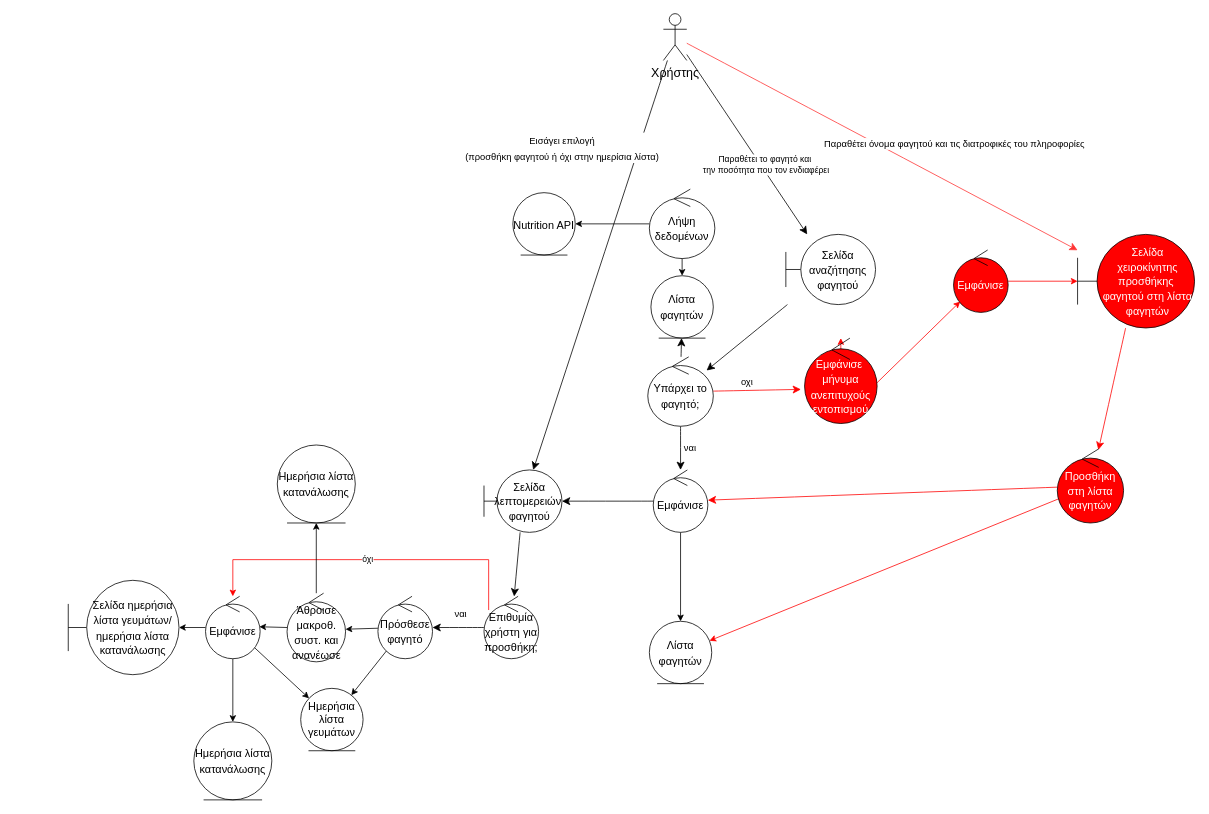
Earlier version of the draw.io diagram ΠΕΜΠΤΟ ΠΑΡΑΔΟΤΕΟ/ΔΙΟΡΘΩΣΕΙΣ ΠΡΟΗΓΟΥΜΕΝΩΝ ΠΑΡΑΔΟΤΕΩΝ/Robustness-diagrams-v0.3/rd_αναζήτηση_προσθήκη_φαγητού-v0.3.drawio (Dionkaps/Eu-Zin). Source tidied: cells renumbered, new cells numbered last; positions are measured from the earlier drawing's top-left corner, leaving out a move shared by most shapes. Both pictures are drawn from the tidied source at 78%, with x=0, y=0 at pixel (68, 13).
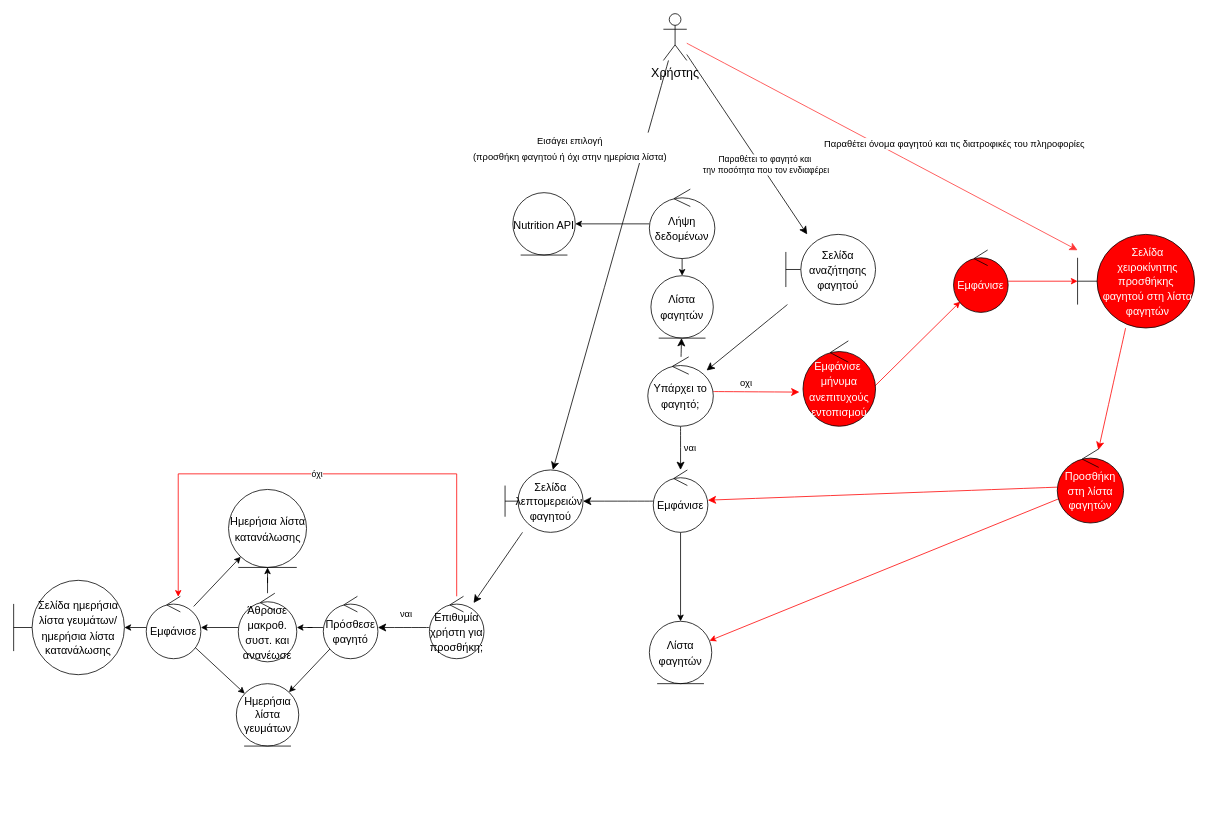
Above is the later version.

Commit message (it also covers changes not shown here):
Διόρθωση του robustness diagram για το use case αναζήτηση/προσθήκη φαγητού

Diff of the diagram source:
```diff
@@
     <mxCell id="19" value="&lt;font style=&quot;font-size: 14px;&quot;&gt;Σελίδα λεπτομερειών&amp;nbsp; φαγητού&lt;/font&gt;" style="shape=umlBoundary;whiteSpace=wrap;html=1;fontSize=16;strokeColor=#000000;fontColor=#000000;" parent="1" vertex="1">
-      <mxGeometry x="533" y="585" width="100" height="80" as="geometry" />
+      <mxGeometry x="560" y="585" width="100" height="80" as="geometry" />
     </mxCell>
@@
     <mxCell id="22" value="όχι" style="edgeStyle=orthogonalEdgeStyle;rounded=0;jettySize=auto;html=1;strokeColor=#FF0000;" parent="1" edge="1" source="23" target="37">
       <mxGeometry relative="1" as="geometry">
         <Array as="points">
-          <mxPoint x="539" y="700" />
-          <mxPoint x="211" y="700" />
+          <mxPoint x="498" y="590" />
+          <mxPoint x="141" y="590" />
         </Array>
       </mxGeometry>
     </mxCell>
     <mxCell id="23" value="&lt;span style=&quot;font-size: 14px;&quot;&gt;Επιθυμία χρήστη για προσθήκη;&lt;/span&gt;" style="ellipse;shape=umlControl;whiteSpace=wrap;html=1;fontSize=16;strokeColor=#000000;fontColor=#000000;" parent="1" vertex="1">
-      <mxGeometry x="533" y="747" width="70" height="80" as="geometry" />
+      <mxGeometry x="463" y="747" width="70" height="80" as="geometry" />
     </mxCell>
+    <mxCell id="25" style="rounded=0;jettySize=auto;html=1;" parent="1" edge="1" source="26" target="45">
+      <mxGeometry relative="1" as="geometry" />
+    </mxCell>
-    <mxCell id="24" style="edgeStyle=none;rounded=0;jettySize=auto;html=1;fontSize=14;strokeColor=#000000;entryX=1;entryY=0.525;entryDx=0;entryDy=0;entryPerimeter=0;fontColor=#000000;" parent="1" edge="1" source="26" target="44">
+    <mxCell id="24" style="edgeStyle=orthogonalEdgeStyle;rounded=0;jettySize=auto;html=1;" parent="1" edge="1" source="26" target="44">
       <mxGeometry relative="1" as="geometry" />
     </mxCell>
-    <mxCell id="25" style="rounded=0;jettySize=auto;html=1;" parent="1" edge="1" source="26" target="45">
-      <mxGeometry relative="1" as="geometry" />
-    </mxCell>
     <mxCell id="26" value="&lt;font style=&quot;font-size: 14px;&quot;&gt;Πρόσθεσε φαγητό&lt;/font&gt;" style="ellipse;shape=umlControl;whiteSpace=wrap;html=1;fontSize=16;strokeColor=#000000;fontColor=#000000;" parent="1" vertex="1">
-      <mxGeometry x="397" y="747" width="70" height="80" as="geometry" />
+      <mxGeometry x="327" y="747" width="70" height="80" as="geometry" />
     </mxCell>
     <mxCell id="27" value="&lt;font style=&quot;font-size: 14px;&quot;&gt;Σελίδα ημερήσια λίστα γευμάτων/ ημερήσια λίστα κατανάλωσης&lt;/font&gt;" style="shape=umlBoundary;whiteSpace=wrap;html=1;fontSize=16;strokeColor=#000000;fontColor=#000000;" parent="1" vertex="1">
-      <mxGeometry y="726.5" width="142" height="121" as="geometry" />
+      <mxGeometry x="-70" y="726.5" width="142" height="121" as="geometry" />
     </mxCell>
@@
-    <mxCell id="36" style="edgeStyle=orthogonalEdgeStyle;rounded=0;jettySize=auto;html=1;" parent="1" edge="1" source="37" target="46">
-      <mxGeometry relative="1" as="geometry" />
-    </mxCell>
+    <mxCell id="53" style="rounded=0;jettySize=auto;html=1;" parent="1" edge="1" source="37" target="41">
+      <mxGeometry relative="1" as="geometry" />
+    </mxCell>
     <mxCell id="37" value="&lt;font style=&quot;font-size: 14px;&quot;&gt;Εμφάνισε&lt;/font&gt;" style="ellipse;shape=umlControl;whiteSpace=wrap;html=1;strokeColor=#000000;fontColor=#000000;" parent="1" vertex="1">
-      <mxGeometry x="176" y="747" width="70" height="80" as="geometry" />
+      <mxGeometry x="100" y="747" width="70" height="80" as="geometry" />
     </mxCell>
@@
     <mxCell id="41" value="&lt;font style=&quot;font-size: 14px;&quot;&gt;Ημερήσια λίστα κατανάλωσης&lt;/font&gt;" style="ellipse;shape=umlEntity;whiteSpace=wrap;html=1;fontSize=16;strokeColor=#000000;fontColor=#000000;" parent="1" vertex="1">
-      <mxGeometry x="268" y="553" width="100" height="100" as="geometry" />
+      <mxGeometry x="205.5" y="610" width="100" height="100" as="geometry" />
     </mxCell>
+    <mxCell id="43" style="edgeStyle=orthogonalEdgeStyle;rounded=0;jettySize=auto;html=1;" parent="1" edge="1" source="44" target="41">
+      <mxGeometry relative="1" as="geometry" />
+    </mxCell>
-    <mxCell id="42" style="edgeStyle=none;rounded=0;jettySize=auto;html=1;fontSize=14;strokeColor=#000000;entryX=0.986;entryY=0.488;entryDx=0;entryDy=0;entryPerimeter=0;fontColor=#000000;" parent="1" edge="1" source="44" target="37">
+    <mxCell id="42" style="edgeStyle=orthogonalEdgeStyle;rounded=0;jettySize=auto;html=1;" parent="1" edge="1" source="44" target="37">
       <mxGeometry relative="1" as="geometry" />
     </mxCell>
-    <mxCell id="43" style="edgeStyle=orthogonalEdgeStyle;rounded=0;jettySize=auto;html=1;" parent="1" edge="1" source="44" target="41">
-      <mxGeometry relative="1" as="geometry" />
-    </mxCell>
     <mxCell id="44" value="&lt;font style=&quot;font-size: 14px;&quot;&gt;Άθροισε μακροθ. συστ. και ανανέωσε&lt;br&gt;&lt;/font&gt;" style="ellipse;shape=umlControl;whiteSpace=wrap;html=1;fontSize=16;strokeColor=#000000;fontColor=#000000;" parent="1" vertex="1">
-      <mxGeometry x="280.5" y="743" width="75" height="88" as="geometry" />
+      <mxGeometry x="218" y="743" width="75" height="88" as="geometry" />
     </mxCell>
     <mxCell id="45" value="&lt;font style=&quot;font-size: 14px;&quot;&gt;Ημερήσια λίστα γευμάτων&lt;/font&gt;" style="ellipse;shape=umlEntity;whiteSpace=wrap;html=1;fontColor=#000000;strokeColor=#000000;" parent="1" vertex="1">
-      <mxGeometry x="298" y="865" width="80" height="80" as="geometry" />
+      <mxGeometry x="215.5" y="859" width="80" height="80" as="geometry" />
     </mxCell>
-    <mxCell id="46" value="&lt;font style=&quot;font-size: 14px;&quot;&gt;Ημερήσια λίστα κατανάλωσης&lt;/font&gt;" style="ellipse;shape=umlEntity;whiteSpace=wrap;html=1;fontSize=16;strokeColor=#000000;fontColor=#000000;" parent="1" vertex="1">
-      <mxGeometry x="161" y="908" width="100" height="100" as="geometry" />
-    </mxCell>
-    <mxCell id="47" style="edgeStyle=orthogonalEdgeStyle;rounded=0;jettySize=auto;html=1;fontColor=#000000;strokeColor=#FF0000;" parent="1" edge="1" target="48">
-      <mxGeometry relative="1" as="geometry">
-        <mxPoint x="995" y="481" as="sourcePoint" />
-      </mxGeometry>
-    </mxCell>
     <mxCell id="48" value="&lt;font style=&quot;font-size: 14px;&quot;&gt;Εμφάνισε&amp;nbsp;&lt;br&gt;μήνυμα ανεπιτυχούς εντοπισμού&lt;br&gt;&lt;/font&gt;" style="ellipse;shape=umlControl;whiteSpace=wrap;html=1;fontSize=16;fontColor=#FFFFFF;fillColor=#FF0000;strokeColor=#000000;" parent="1" vertex="1">
-      <mxGeometry x="944" y="416" width="93" height="109.5" as="geometry" />
+      <mxGeometry x="942" y="419.5" width="93" height="109.5" as="geometry" />
     </mxCell>
```
